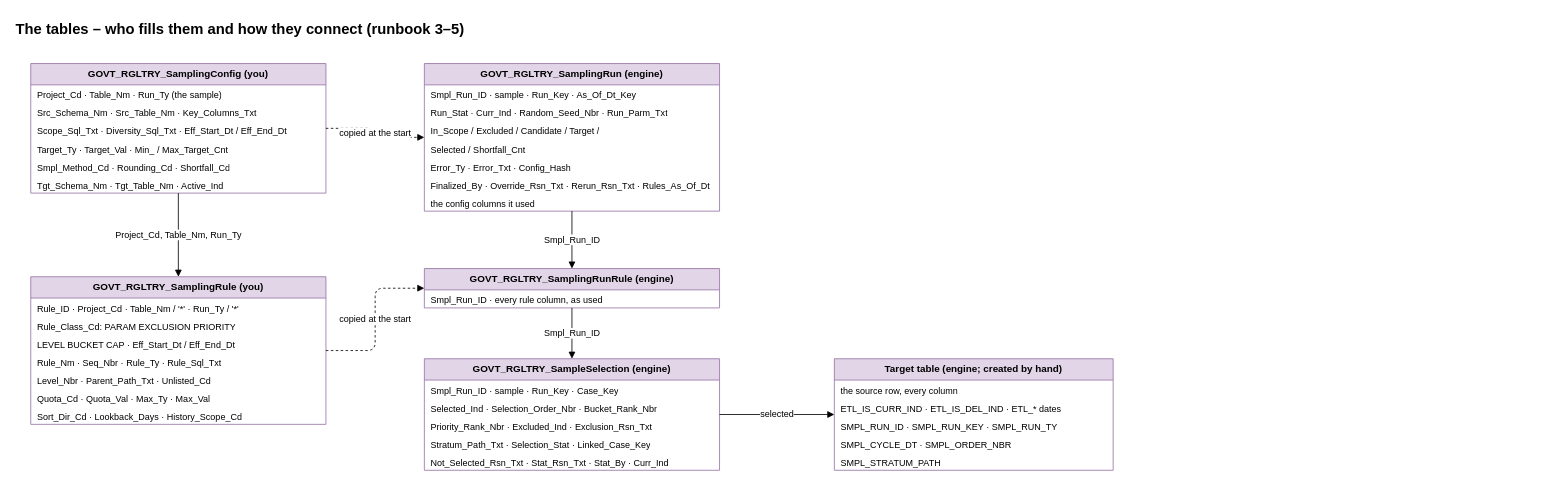
Earlier version of the draw.io diagram airflow_resources/docs/diagrams/pages/08_tables.drawio (trinathgundavaram/sampling). Source tidied: cells renumbered, new cells numbered last; positions are measured from the earlier drawing's top-left corner, leaving out a move shared by most shapes. Both pictures are drawn from the tidied source at 82%, with x=0, y=0 at pixel (14, 14).
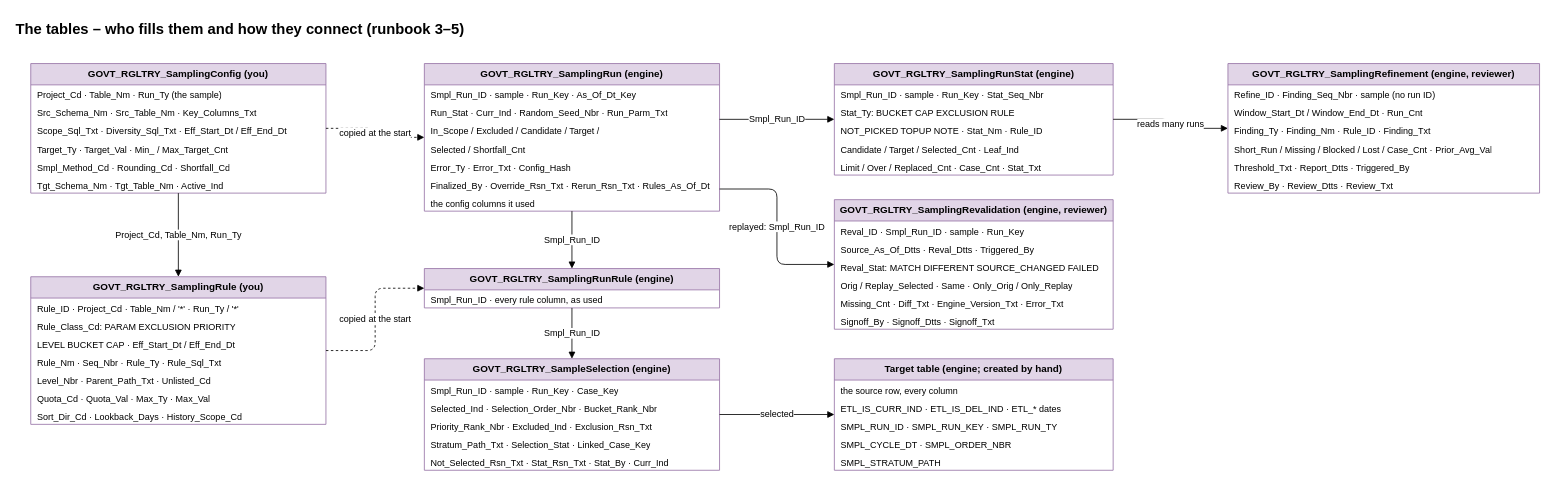
Above is the later version.

The change refers to these unchanged cells:
```xml
<mxCell id="18" value="GOVT_RGLTRY_SamplingRun  (engine)" style="swimlane;fontStyle=1;horizontal=1;startSize=26;fillColor=#e1d5e7;strokeColor=#9673a6;html=1;whiteSpace=wrap;" parent="1" vertex="1">
  <mxGeometry x="500" y="60" width="360" height="180" as="geometry" />
</mxCell>
```

The edit, as a diff of the source:
```diff
@@
+    <mxCell id="46" value="GOVT_RGLTRY_SamplingRunStat  (engine)" style="swimlane;fontStyle=1;horizontal=1;startSize=26;fillColor=#e1d5e7;strokeColor=#9673a6;html=1;whiteSpace=wrap;" parent="1" vertex="1">
+      <mxGeometry x="1000" y="60" width="340" height="136" as="geometry" />
+    </mxCell>
+    <mxCell id="47" value="Smpl_Run_ID · sample · Run_Key · Stat_Seq_Nbr" style="text;strokeColor=none;fillColor=none;align=left;verticalAlign=top;spacingLeft=6;spacingRight=4;overflow=hidden;html=1;whiteSpace=wrap;fontSize=11;" parent="46" vertex="1">
+      <mxGeometry y="26" width="340" height="22" as="geometry" />
+    </mxCell>
+    <mxCell id="48" value="Stat_Ty: BUCKET CAP EXCLUSION RULE" style="text;strokeColor=none;fillColor=none;align=left;verticalAlign=top;spacingLeft=6;spacingRight=4;overflow=hidden;html=1;whiteSpace=wrap;fontSize=11;" parent="46" vertex="1">
+      <mxGeometry y="48" width="340" height="22" as="geometry" />
+    </mxCell>
+    <mxCell id="49" value="  NOT_PICKED TOPUP NOTE · Stat_Nm · Rule_ID" style="text;strokeColor=none;fillColor=none;align=left;verticalAlign=top;spacingLeft=6;spacingRight=4;overflow=hidden;html=1;whiteSpace=wrap;fontSize=11;" parent="46" vertex="1">
+      <mxGeometry y="70" width="340" height="22" as="geometry" />
+    </mxCell>
+    <mxCell id="50" value="Candidate / Target / Selected_Cnt · Leaf_Ind" style="text;strokeColor=none;fillColor=none;align=left;verticalAlign=top;spacingLeft=6;spacingRight=4;overflow=hidden;html=1;whiteSpace=wrap;fontSize=11;" parent="46" vertex="1">
+      <mxGeometry y="92" width="340" height="22" as="geometry" />
+    </mxCell>
+    <mxCell id="51" value="Limit / Over / Replaced_Cnt · Case_Cnt · Stat_Txt" style="text;strokeColor=none;fillColor=none;align=left;verticalAlign=top;spacingLeft=6;spacingRight=4;overflow=hidden;html=1;whiteSpace=wrap;fontSize=11;" parent="46" vertex="1">
+      <mxGeometry y="114" width="340" height="22" as="geometry" />
+    </mxCell>
+    <mxCell id="52" value="Smpl_Run_ID" style="edgeStyle=orthogonalEdgeStyle;rounded=1;html=1;endArrow=block;endFill=1;fontSize=11;labelBackgroundColor=#ffffff;exitX=1;exitY=0.378;exitDx=0;exitDy=0;entryX=0;entryY=0.5;entryDx=0;entryDy=0;" parent="1" edge="1" source="18" target="46">
+      <mxGeometry relative="1" as="geometry" />
+    </mxCell>
+    <mxCell id="53" value="GOVT_RGLTRY_SamplingRevalidation  (engine, reviewer)" style="swimlane;fontStyle=1;horizontal=1;startSize=26;fillColor=#e1d5e7;strokeColor=#9673a6;html=1;whiteSpace=wrap;" parent="1" vertex="1">
+      <mxGeometry x="1000" y="226" width="340" height="158" as="geometry" />
+    </mxCell>
+    <mxCell id="54" value="Reval_ID · Smpl_Run_ID · sample · Run_Key" style="text;strokeColor=none;fillColor=none;align=left;verticalAlign=top;spacingLeft=6;spacingRight=4;overflow=hidden;html=1;whiteSpace=wrap;fontSize=11;" parent="53" vertex="1">
+      <mxGeometry y="26" width="340" height="22" as="geometry" />
+    </mxCell>
+    <mxCell id="55" value="Source_As_Of_Dtts · Reval_Dtts · Triggered_By" style="text;strokeColor=none;fillColor=none;align=left;verticalAlign=top;spacingLeft=6;spacingRight=4;overflow=hidden;html=1;whiteSpace=wrap;fontSize=11;" parent="53" vertex="1">
+      <mxGeometry y="48" width="340" height="22" as="geometry" />
+    </mxCell>
+    <mxCell id="56" value="Reval_Stat: MATCH DIFFERENT SOURCE_CHANGED FAILED" style="text;strokeColor=none;fillColor=none;align=left;verticalAlign=top;spacingLeft=6;spacingRight=4;overflow=hidden;html=1;whiteSpace=wrap;fontSize=11;" parent="53" vertex="1">
+      <mxGeometry y="70" width="340" height="22" as="geometry" />
+    </mxCell>
+    <mxCell id="57" value="Orig / Replay_Selected · Same · Only_Orig / Only_Replay" style="text;strokeColor=none;fillColor=none;align=left;verticalAlign=top;spacingLeft=6;spacingRight=4;overflow=hidden;html=1;whiteSpace=wrap;fontSize=11;" parent="53" vertex="1">
+      <mxGeometry y="92" width="340" height="22" as="geometry" />
+    </mxCell>
+    <mxCell id="58" value="Missing_Cnt · Diff_Txt · Engine_Version_Txt · Error_Txt" style="text;strokeColor=none;fillColor=none;align=left;verticalAlign=top;spacingLeft=6;spacingRight=4;overflow=hidden;html=1;whiteSpace=wrap;fontSize=11;" parent="53" vertex="1">
+      <mxGeometry y="114" width="340" height="22" as="geometry" />
+    </mxCell>
+    <mxCell id="59" value="Signoff_By · Signoff_Dtts · Signoff_Txt" style="text;strokeColor=none;fillColor=none;align=left;verticalAlign=top;spacingLeft=6;spacingRight=4;overflow=hidden;html=1;whiteSpace=wrap;fontSize=11;" parent="53" vertex="1">
+      <mxGeometry y="136" width="340" height="22" as="geometry" />
+    </mxCell>
+    <mxCell id="60" value="replayed: Smpl_Run_ID" style="edgeStyle=orthogonalEdgeStyle;rounded=1;html=1;endArrow=block;endFill=1;fontSize=11;labelBackgroundColor=#ffffff;exitX=1;exitY=0.85;exitDx=0;exitDy=0;entryX=0;entryY=0.5;entryDx=0;entryDy=0;" parent="1" edge="1" source="18" target="53">
+      <mxGeometry relative="1" as="geometry" />
+    </mxCell>
+    <mxCell id="61" value="GOVT_RGLTRY_SamplingRefinement  (engine, reviewer)" style="swimlane;fontStyle=1;horizontal=1;startSize=26;fillColor=#e1d5e7;strokeColor=#9673a6;html=1;whiteSpace=wrap;" parent="1" vertex="1">
+      <mxGeometry x="1480" y="60" width="380" height="158" as="geometry" />
+    </mxCell>
+    <mxCell id="62" value="Refine_ID · Finding_Seq_Nbr · sample (no run ID)" style="text;strokeColor=none;fillColor=none;align=left;verticalAlign=top;spacingLeft=6;spacingRight=4;overflow=hidden;html=1;whiteSpace=wrap;fontSize=11;" parent="61" vertex="1">
+      <mxGeometry y="26" width="380" height="22" as="geometry" />
+    </mxCell>
+    <mxCell id="63" value="Window_Start_Dt / Window_End_Dt · Run_Cnt" style="text;strokeColor=none;fillColor=none;align=left;verticalAlign=top;spacingLeft=6;spacingRight=4;overflow=hidden;html=1;whiteSpace=wrap;fontSize=11;" parent="61" vertex="1">
+      <mxGeometry y="48" width="380" height="22" as="geometry" />
+    </mxCell>
+    <mxCell id="64" value="Finding_Ty · Finding_Nm · Rule_ID · Finding_Txt" style="text;strokeColor=none;fillColor=none;align=left;verticalAlign=top;spacingLeft=6;spacingRight=4;overflow=hidden;html=1;whiteSpace=wrap;fontSize=11;" parent="61" vertex="1">
+      <mxGeometry y="70" width="380" height="22" as="geometry" />
+    </mxCell>
+    <mxCell id="65" value="Short_Run / Missing / Blocked / Lost / Case_Cnt · Prior_Avg_Val" style="text;strokeColor=none;fillColor=none;align=left;verticalAlign=top;spacingLeft=6;spacingRight=4;overflow=hidden;html=1;whiteSpace=wrap;fontSize=11;" parent="61" vertex="1">
+      <mxGeometry y="92" width="380" height="22" as="geometry" />
+    </mxCell>
+    <mxCell id="66" value="Threshold_Txt · Report_Dtts · Triggered_By" style="text;strokeColor=none;fillColor=none;align=left;verticalAlign=top;spacingLeft=6;spacingRight=4;overflow=hidden;html=1;whiteSpace=wrap;fontSize=11;" parent="61" vertex="1">
+      <mxGeometry y="114" width="380" height="22" as="geometry" />
+    </mxCell>
+    <mxCell id="67" value="Review_By · Review_Dtts · Review_Txt" style="text;strokeColor=none;fillColor=none;align=left;verticalAlign=top;spacingLeft=6;spacingRight=4;overflow=hidden;html=1;whiteSpace=wrap;fontSize=11;" parent="61" vertex="1">
+      <mxGeometry y="136" width="380" height="22" as="geometry" />
+    </mxCell>
+    <mxCell id="68" value="reads many runs" style="edgeStyle=orthogonalEdgeStyle;rounded=1;html=1;endArrow=block;endFill=1;fontSize=11;labelBackgroundColor=#ffffff;exitX=1;exitY=0.5;exitDx=0;exitDy=0;entryX=0;entryY=0.5;entryDx=0;entryDy=0;" parent="1" edge="1" source="46" target="61">
+      <mxGeometry relative="1" as="geometry" />
+    </mxCell>
```
